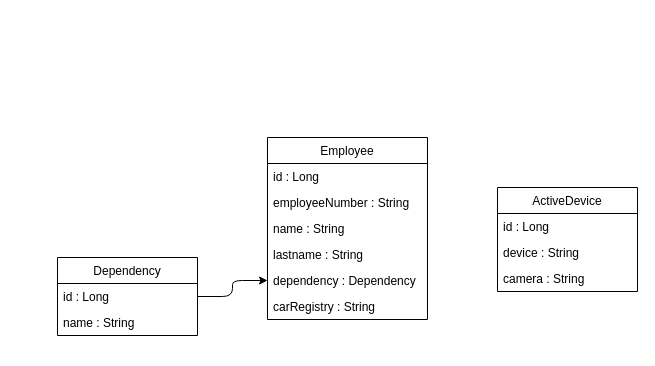
Earlier version of the draw.io diagram db.drawio (DanteDeLordran/cv_parking). Source tidied: cells renumbered, new cells numbered last; positions are measured from the earlier drawing's top-left corner, leaving out a move shared by most shapes. Both pictures are drawn from the tidied source at 100%, with x=0, y=0 at pixel (57, 137).
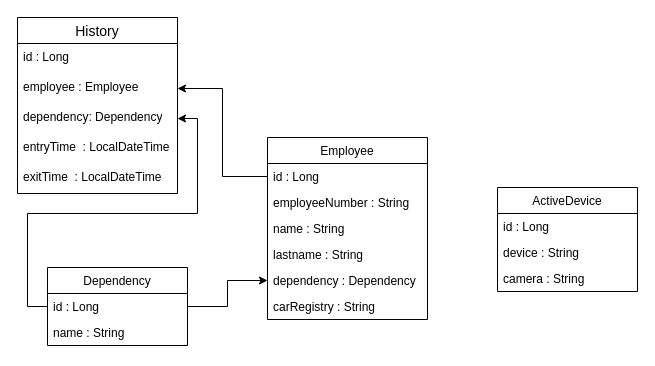
The same diagram, later.

Unchanged cells that the change refers to:
```xml
<mxCell id="3" value="id : Long" style="text;strokeColor=none;fillColor=none;align=left;verticalAlign=top;spacingLeft=4;spacingRight=4;overflow=hidden;points=[[0,0.5],[1,0.5]];portConstraint=eastwest;" parent="2" vertex="1">
  <mxGeometry y="26" width="160" height="26" as="geometry" />
</mxCell>
<mxCell id="7" value="dependency : Dependency" style="text;strokeColor=none;fillColor=none;align=left;verticalAlign=top;spacingLeft=4;spacingRight=4;overflow=hidden;points=[[0,0.5],[1,0.5]];portConstraint=eastwest;" parent="2" vertex="1">
  <mxGeometry y="130" width="160" height="26" as="geometry" />
</mxCell>
<mxCell id="11" value="id : Long" style="text;strokeColor=none;fillColor=none;align=left;verticalAlign=top;spacingLeft=4;spacingRight=4;overflow=hidden;points=[[0,0.5],[1,0.5]];portConstraint=eastwest;" parent="10" vertex="1">
  <mxGeometry y="26" width="140" height="26" as="geometry" />
</mxCell>
```

Diff of the diagram source:
```diff
@@
-    <mxCell id="9" style="edgeStyle=orthogonalEdgeStyle;html=1;" parent="1" edge="1" source="10" target="7">
-      <mxGeometry relative="1" as="geometry" />
-    </mxCell>
     <mxCell id="10" value="Dependency" style="swimlane;fontStyle=0;horizontal=1;startSize=26;fillColor=none;" parent="1" vertex="1">
-      <mxGeometry y="120" width="140" height="78" as="geometry" />
+      <mxGeometry x="-10" y="130" width="140" height="78" as="geometry" />
     </mxCell>
@@
+    <mxCell id="17" value="History" style="swimlane;fontStyle=0;horizontal=1;startSize=26;align=center;fontSize=14;" parent="1" vertex="1">
+      <mxGeometry x="-40" y="-120" width="160" height="176" as="geometry" />
+    </mxCell>
+    <mxCell id="18" value="id : Long" style="text;strokeColor=none;fillColor=none;spacingLeft=4;spacingRight=4;overflow=hidden;fontSize=12;whiteSpace=wrap;html=1;" parent="17" vertex="1">
+      <mxGeometry y="26" width="160" height="30" as="geometry" />
+    </mxCell>
+    <mxCell id="19" value="employee : Employee" style="text;strokeColor=none;fillColor=none;spacingLeft=4;spacingRight=4;overflow=hidden;points=[[0,0.5],[1,0.5]];portConstraint=eastwest;fontSize=12;whiteSpace=wrap;html=1;" parent="17" vertex="1">
+      <mxGeometry y="56" width="160" height="30" as="geometry" />
+    </mxCell>
+    <mxCell id="20" value="dependency: Dependency" style="text;strokeColor=none;fillColor=none;spacingLeft=4;spacingRight=4;overflow=hidden;points=[[0,0.5],[1,0.5]];portConstraint=eastwest;fontSize=12;whiteSpace=wrap;html=1;" parent="17" vertex="1">
+      <mxGeometry y="86" width="160" height="30" as="geometry" />
+    </mxCell>
+    <mxCell id="21" value="entryTime&amp;nbsp; : LocalDateTime" style="text;strokeColor=none;fillColor=none;spacingLeft=4;spacingRight=4;overflow=hidden;fontSize=12;whiteSpace=wrap;html=1;" parent="17" vertex="1">
+      <mxGeometry y="116" width="160" height="30" as="geometry" />
+    </mxCell>
+    <mxCell id="22" value="exitTime&amp;nbsp; : LocalDateTime" style="text;strokeColor=none;fillColor=none;spacingLeft=4;spacingRight=4;overflow=hidden;fontSize=12;whiteSpace=wrap;html=1;" parent="17" vertex="1">
+      <mxGeometry y="146" width="160" height="30" as="geometry" />
+    </mxCell>
+    <mxCell id="23" style="edgeStyle=orthogonalEdgeStyle;rounded=0;jettySize=auto;html=1;" parent="1" edge="1" source="11" target="7">
+      <mxGeometry relative="1" as="geometry" />
+    </mxCell>
+    <mxCell id="24" style="edgeStyle=orthogonalEdgeStyle;rounded=0;jettySize=auto;html=1;" parent="1" edge="1" source="3" target="19">
+      <mxGeometry relative="1" as="geometry" />
+    </mxCell>
+    <mxCell id="25" style="edgeStyle=orthogonalEdgeStyle;rounded=0;jettySize=auto;html=1;" parent="1" edge="1" source="11" target="20">
+      <mxGeometry relative="1" as="geometry" />
+    </mxCell>
```
